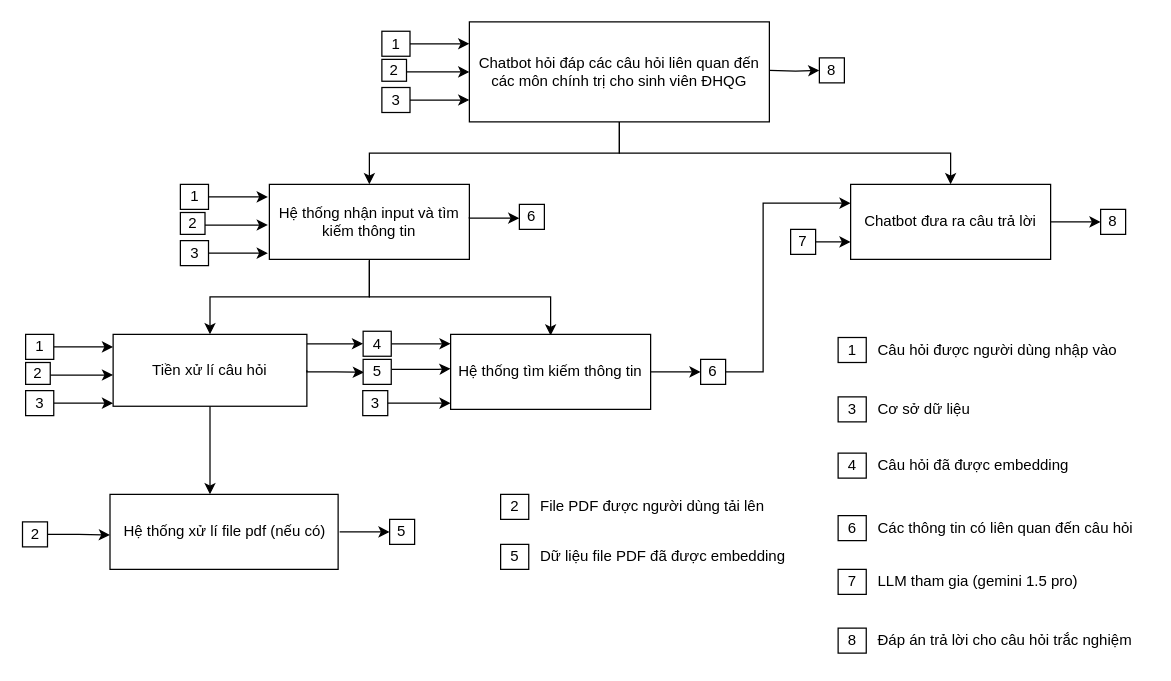
Earlier version of the draw.io diagram AIThinking.drawio (ht-N/AIThinking). Source tidied: cells renumbered, new cells numbered last; positions are measured from the earlier drawing's top-left corner, leaving out a move shared by most shapes. Both pictures are drawn from the tidied source at 125%, with x=0, y=0 at pixel (22, 21).
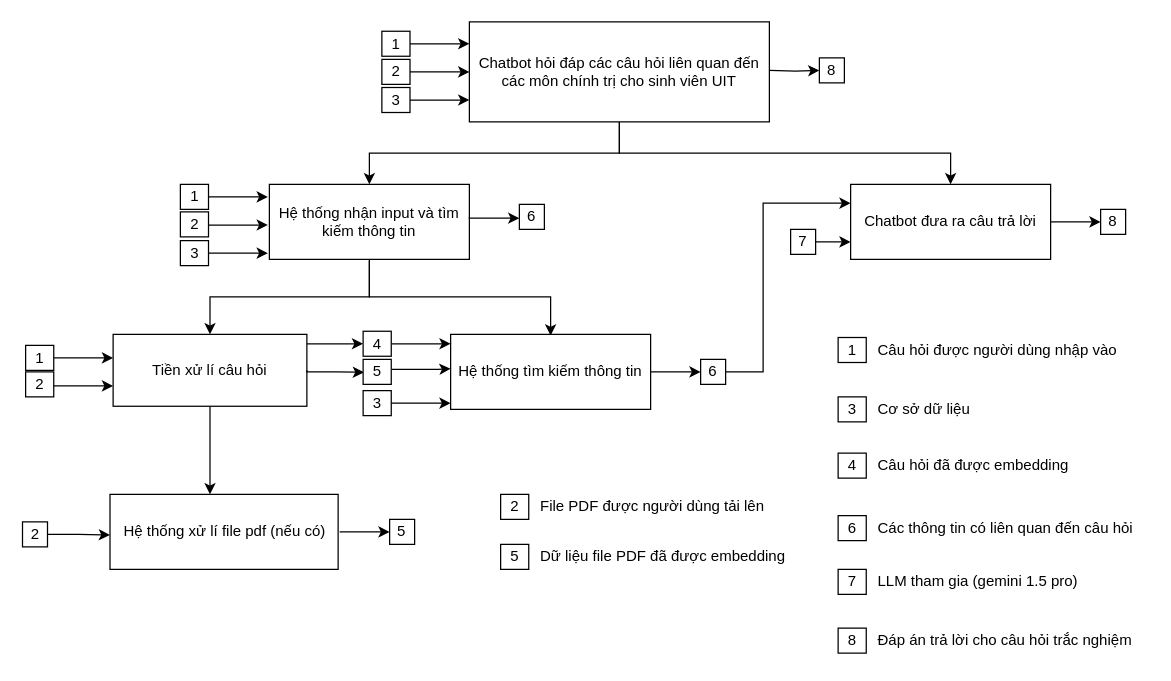
After the change.

What changed in the source:
```diff
@@
-    <mxCell id="4" value="Chatbot hỏi đáp các câu hỏi liên quan đến các môn chính trị cho sinh viên ĐHQG" style="rounded=0;whiteSpace=wrap;html=1;" parent="1" vertex="1">
+    <mxCell id="4" value="Chatbot hỏi đáp các câu hỏi liên quan đến các môn chính trị cho sinh viên UIT" style="rounded=0;whiteSpace=wrap;html=1;" parent="1" vertex="1">
       <mxGeometry x="357" width="240" height="80" as="geometry" />
     </mxCell>
@@
-    <mxCell id="32" value="3" style="whiteSpace=wrap;html=1;rounded=0;" parent="1" vertex="1">
-      <mxGeometry x="271.7" y="295" width="20" height="20" as="geometry" />
-    </mxCell>
-    <mxCell id="33" style="edgeStyle=orthogonalEdgeStyle;rounded=0;jettySize=auto;html=1;exitX=1;exitY=0.5;exitDx=0;exitDy=0;entryX=0.002;entryY=0.792;entryDx=0;entryDy=0;entryPerimeter=0;" parent="1" edge="1" source="32">
+    <mxCell id="33" style="edgeStyle=orthogonalEdgeStyle;rounded=0;orthogonalLoop=1;jettySize=auto;html=1;exitX=1;exitY=0.5;exitDx=0;exitDy=0;entryX=0.002;entryY=0.792;entryDx=0;entryDy=0;entryPerimeter=0;" parent="1" edge="1">
       <mxGeometry relative="1" as="geometry">
+        <mxPoint x="291.7" y="305" as="sourcePoint" />
         <mxPoint x="342" y="305" as="targetPoint" />
       </mxGeometry>
     </mxCell>
@@
     <mxCell id="36" style="edgeStyle=orthogonalEdgeStyle;rounded=0;jettySize=auto;html=1;" parent="1" edge="1" source="37">
       <mxGeometry relative="1" as="geometry">
-        <mxPoint x="72" y="260" as="targetPoint" />
+        <mxPoint x="72" y="268.8" as="targetPoint" />
         <Array as="points">
-          <mxPoint x="62" y="260" />
-          <mxPoint x="62" y="260" />
+          <mxPoint x="62" y="268.8" />
+          <mxPoint x="62" y="268.8" />
         </Array>
       </mxGeometry>
     </mxCell>
     <mxCell id="37" value="1" style="rounded=0;whiteSpace=wrap;html=1;" parent="1" vertex="1">
-      <mxGeometry x="2" y="250" width="22.5" height="20" as="geometry" />
+      <mxGeometry x="2" y="258.8" width="22.5" height="20" as="geometry" />
     </mxCell>
@@
-    <mxCell id="50" style="edgeStyle=orthogonalEdgeStyle;rounded=0;jettySize=auto;html=1;" parent="1" edge="1" source="51">
+    <mxCell id="50" style="edgeStyle=orthogonalEdgeStyle;rounded=0;orthogonalLoop=1;jettySize=auto;html=1;" parent="1" edge="1">
       <mxGeometry relative="1" as="geometry">
-        <mxPoint x="72" y="282.5" as="targetPoint" />
+        <mxPoint x="21.7" y="291.2" as="sourcePoint" />
+        <mxPoint x="72" y="291.2" as="targetPoint" />
         <Array as="points">
-          <mxPoint x="62" y="282.5" />
-          <mxPoint x="62" y="282.5" />
+          <mxPoint x="62" y="291.2" />
+          <mxPoint x="62" y="291.2" />
         </Array>
       </mxGeometry>
     </mxCell>
-    <mxCell id="51" value="2" style="rounded=0;whiteSpace=wrap;html=1;" parent="1" vertex="1">
-      <mxGeometry x="2" y="272.5" width="19.7" height="17.5" as="geometry" />
-    </mxCell>
-    <mxCell id="52" style="edgeStyle=orthogonalEdgeStyle;rounded=0;jettySize=auto;html=1;" parent="1" edge="1" source="53">
-      <mxGeometry relative="1" as="geometry">
-        <mxPoint x="72" y="305" as="targetPoint" />
-        <Array as="points">
-          <mxPoint x="62" y="305" />
-          <mxPoint x="62" y="305" />
-        </Array>
-      </mxGeometry>
-    </mxCell>
-    <mxCell id="53" value="3" style="rounded=0;whiteSpace=wrap;html=1;" parent="1" vertex="1">
-      <mxGeometry x="2" y="295" width="22.5" height="20" as="geometry" />
-    </mxCell>
@@
-    <mxCell id="56" style="edgeStyle=orthogonalEdgeStyle;rounded=0;jettySize=auto;html=1;" parent="1" edge="1" source="57">
+    <mxCell id="56" style="edgeStyle=orthogonalEdgeStyle;rounded=0;orthogonalLoop=1;jettySize=auto;html=1;" parent="1" edge="1">
       <mxGeometry relative="1" as="geometry">
+        <mxPoint x="145.4" y="162.5" as="sourcePoint" />
         <mxPoint x="195.8" y="162.5" as="targetPoint" />
         <Array as="points">
           <mxPoint x="185.8" y="162.5" />
           <mxPoint x="185.8" y="162.5" />
         </Array>
       </mxGeometry>
     </mxCell>
-    <mxCell id="57" value="2" style="rounded=0;whiteSpace=wrap;html=1;" parent="1" vertex="1">
-      <mxGeometry x="125.8" y="152.5" width="19.7" height="17.5" as="geometry" />
-    </mxCell>
@@
-    <mxCell id="62" style="edgeStyle=orthogonalEdgeStyle;rounded=0;jettySize=auto;html=1;" parent="1" edge="1" source="63">
+    <mxCell id="62" style="edgeStyle=orthogonalEdgeStyle;rounded=0;orthogonalLoop=1;jettySize=auto;html=1;" parent="1" edge="1">
       <mxGeometry relative="1" as="geometry">
+        <mxPoint x="306.7" y="40" as="sourcePoint" />
         <mxPoint x="357" y="40" as="targetPoint" />
         <Array as="points">
           <mxPoint x="347" y="40" />
           <mxPoint x="347" y="40" />
         </Array>
       </mxGeometry>
     </mxCell>
-    <mxCell id="63" value="2" style="rounded=0;whiteSpace=wrap;html=1;" parent="1" vertex="1">
-      <mxGeometry x="287" y="30" width="19.7" height="17.5" as="geometry" />
-    </mxCell>
@@
+    <mxCell id="70" value="2" style="rounded=0;whiteSpace=wrap;html=1;" parent="1" vertex="1">
+      <mxGeometry x="2" y="280" width="22.5" height="20" as="geometry" />
+    </mxCell>
+    <mxCell id="71" value="2" style="rounded=0;whiteSpace=wrap;html=1;" parent="1" vertex="1">
+      <mxGeometry x="287" y="30" width="22.5" height="20" as="geometry" />
+    </mxCell>
+    <mxCell id="53" value="3" style="rounded=0;whiteSpace=wrap;html=1;" parent="1" vertex="1">
+      <mxGeometry x="272" y="295" width="22.5" height="20" as="geometry" />
+    </mxCell>
+    <mxCell id="72" value="2" style="rounded=0;whiteSpace=wrap;html=1;" parent="1" vertex="1">
+      <mxGeometry x="125.8" y="152" width="22.5" height="20" as="geometry" />
+    </mxCell>
```
